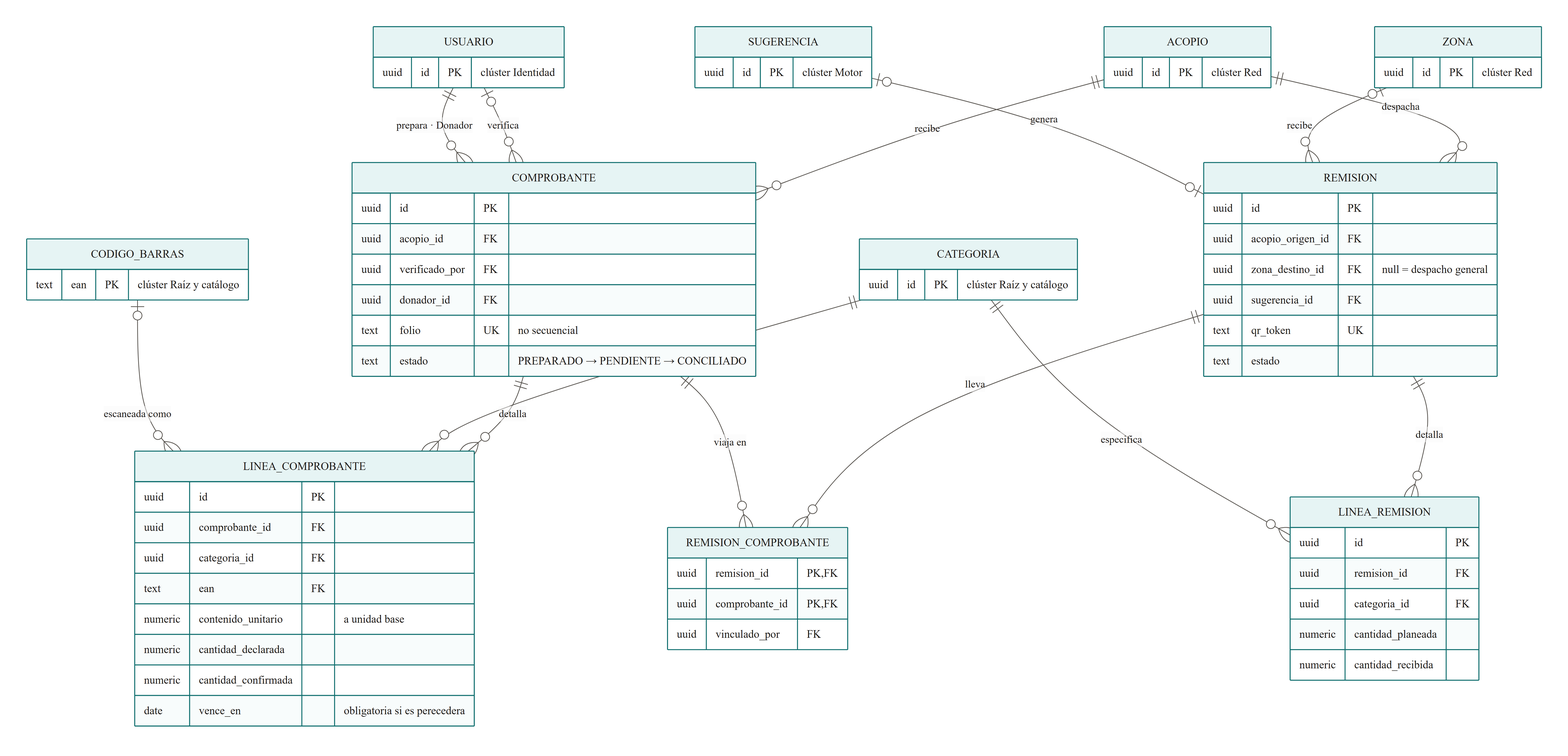
The Mermaid diagram docs/assets/diagramas/er-04-custodia.png in Proyecto-IngSoftware/acopio, before a commit. Its source is kept beside it as docs/02-arquitectura/diagramas/mmd/er-04-custodia.mmd.
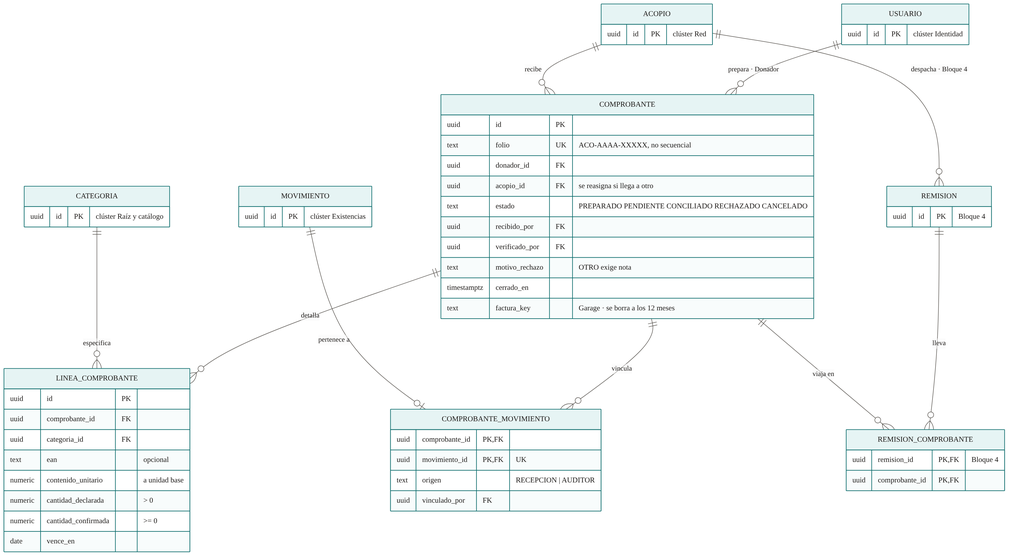
Later version of the same file.

The edit, as a diff of the source:
```diff
@@ -1,72 +1,59 @@
 %%{init: {"theme":"base","themeVariables":{"fontFamily":"Inter, Segoe UI, Arial, sans-serif","fontSize":"15px","primaryColor":"#E6F4F4","primaryTextColor":"#1C1917","primaryBorderColor":"#0F6E6E","secondaryColor":"#C7E8E8","tertiaryColor":"#FAFAF9","lineColor":"#57534E","textColor":"#1C1917","mainBkg":"#E6F4F4","nodeBorder":"#0F6E6E","clusterBkg":"#F5F5F4","clusterBorder":"#A8A29E","edgeLabelBackground":"#FFFFFF","attributeBackgroundColorOdd":"#FFFFFF","attributeBackgroundColorEven":"#F5F5F4"},"er":{"useMaxWidth":false},"flowchart":{"useMaxWidth":false,"htmlLabels":true,"curve":"basis"}}}%%
 erDiagram
+    USUARIO ||--o{ COMPROBANTE : "prepara · Donador"
     ACOPIO ||--o{ COMPROBANTE : recibe
-    USUARIO |o--o{ COMPROBANTE : verifica
-    USUARIO ||--o{ COMPROBANTE : "prepara · Donador"
     COMPROBANTE ||--o{ LINEA_COMPROBANTE : detalla
     CATEGORIA ||--o{ LINEA_COMPROBANTE : especifica
-    CODIGO_BARRAS |o--o{ LINEA_COMPROBANTE : "escaneada como"
-    ACOPIO ||--o{ REMISION : despacha
-    ZONA   |o--o{ REMISION : recibe
-    SUGERENCIA |o--o| REMISION : genera
-    REMISION ||--o{ LINEA_REMISION : detalla
-    CATEGORIA ||--o{ LINEA_REMISION : especifica
+    COMPROBANTE ||--o{ COMPROBANTE_MOVIMIENTO : vincula
+    MOVIMIENTO ||--o| COMPROBANTE_MOVIMIENTO : "pertenece a"
+    ACOPIO ||--o{ REMISION : "despacha · Bloque 4"
     REMISION ||--o{ REMISION_COMPROBANTE : lleva
     COMPROBANTE ||--o{ REMISION_COMPROBANTE : "viaja en"
 
+    USUARIO {
+        uuid id PK "clúster Identidad"
+    }
     ACOPIO {
-        uuid id PK "clúster Red"
-    }
-    ZONA {
         uuid id PK "clúster Red"
     }
     CATEGORIA {
         uuid id PK "clúster Raíz y catálogo"
     }
-    USUARIO {
-        uuid id PK "clúster Identidad"
-    }
-    SUGERENCIA {
-        uuid id PK "clúster Motor"
-    }
-    CODIGO_BARRAS {
-        text ean PK "clúster Raíz y catálogo"
+    MOVIMIENTO {
+        uuid id PK "clúster Existencias"
     }
     COMPROBANTE {
         uuid id PK
-        uuid acopio_id FK
+        text folio UK "ACO-AAAA-XXXXX, no secuencial"
+        uuid donador_id FK
+        uuid acopio_id FK "se reasigna si llega a otro"
+        text estado "PREPARADO PENDIENTE CONCILIADO RECHAZADO CANCELADO"
+        uuid recibido_por FK
         uuid verificado_por FK
-        uuid donador_id FK
-        text folio UK "no secuencial"
-        text estado "PREPARADO → PENDIENTE → CONCILIADO"
+        text motivo_rechazo "OTRO exige nota"
+        timestamptz cerrado_en
+        text factura_key "Garage · se borra a los 12 meses"
     }
     LINEA_COMPROBANTE {
         uuid id PK
         uuid comprobante_id FK
         uuid categoria_id FK
-        text ean FK
+        text ean "opcional"
         numeric contenido_unitario "a unidad base"
-        numeric cantidad_declarada
-        numeric cantidad_confirmada
-        date vence_en "obligatoria si es perecedera"
+        numeric cantidad_declarada "> 0"
+        numeric cantidad_confirmada ">= 0"
+        date vence_en
+    }
+    COMPROBANTE_MOVIMIENTO {
+        uuid comprobante_id PK,FK
+        uuid movimiento_id PK,FK "UK"
+        text origen "RECEPCION | AUDITOR"
+        uuid vinculado_por FK
     }
     REMISION {
-        uuid id PK
-        uuid acopio_origen_id FK
-        uuid zona_destino_id FK "null = despacho general"
-        uuid sugerencia_id FK
-        text qr_token UK
-        text estado
-    }
-    LINEA_REMISION {
-        uuid id PK
-        uuid remision_id FK
-        uuid categoria_id FK
-        numeric cantidad_planeada
-        numeric cantidad_recibida
+        uuid id PK "Bloque 4"
     }
     REMISION_COMPROBANTE {
-        uuid remision_id PK,FK
+        uuid remision_id PK,FK "Bloque 4"
         uuid comprobante_id PK,FK
-        uuid vinculado_por FK
     }
```
